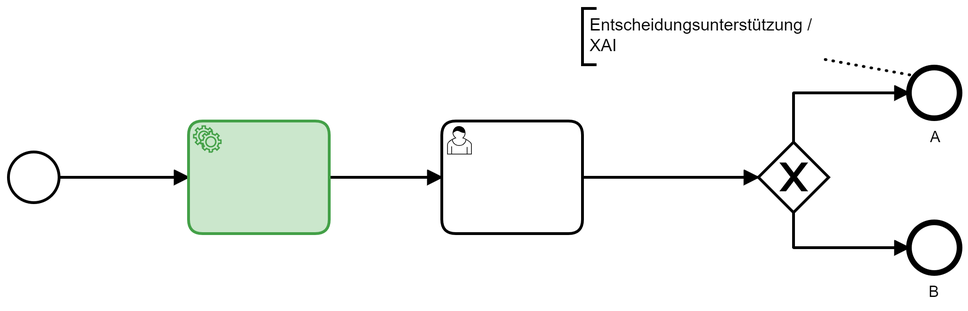
Above: models/decision support - ai first.png in viadee/bpmn.ai-patterns (BPMN), before the change. Its source is kept beside it as models/decision support - ai first.bpmn. Ids are renumbered. The source it was exported from:
```xml
<bpmn:definitions xmlns:bpmn="http://www.omg.org/spec/BPMN/20100524/MODEL" xmlns:bpmndi="http://www.omg.org/spec/BPMN/20100524/DI" xmlns:dc="http://www.omg.org/spec/DD/20100524/DC" xmlns:di="http://www.omg.org/spec/DD/20100524/DI" xmlns:bioc="http://bpmn.io/schema/bpmn/biocolor/1.0" id="Definitions_n1" targetNamespace="http://bpmn.io/schema/bpmn" exporter="Camunda Modeler" exporterVersion="4.1.1">
  <bpmn:process id="Process_n2" isExecutable="true">
    <bpmn:startEvent id="Event_n3">
      <bpmn:outgoing>Flow_n4</bpmn:outgoing>
    </bpmn:startEvent>
    <bpmn:endEvent id="Event_n5" name="A">
      <bpmn:incoming>Flow_n6</bpmn:incoming>
    </bpmn:endEvent>
    <bpmn:serviceTask id="Activity_n7">
      <bpmn:incoming>Flow_n4</bpmn:incoming>
      <bpmn:outgoing>Flow_n8</bpmn:outgoing>
    </bpmn:serviceTask>
    <bpmn:userTask id="Activity_n9">
      <bpmn:incoming>Flow_n8</bpmn:incoming>
      <bpmn:outgoing>Flow_n10</bpmn:outgoing>
    </bpmn:userTask>
    <bpmn:sequenceFlow id="Flow_n4" sourceRef="Event_n3" targetRef="Activity_n7" />
    <bpmn:sequenceFlow id="Flow_n10" sourceRef="Activity_n9" targetRef="Gateway_n11" />
    <bpmn:sequenceFlow id="Flow_n8" sourceRef="Activity_n7" targetRef="Activity_n9" />
    <bpmn:exclusiveGateway id="Gateway_n11">
      <bpmn:incoming>Flow_n10</bpmn:incoming>
      <bpmn:outgoing>Flow_n12</bpmn:outgoing>
      <bpmn:outgoing>Flow_n6</bpmn:outgoing>
    </bpmn:exclusiveGateway>
    <bpmn:endEvent id="Event_n13" name="B">
      <bpmn:incoming>Flow_n12</bpmn:incoming>
    </bpmn:endEvent>
    <bpmn:sequenceFlow id="Flow_n12" sourceRef="Gateway_n11" targetRef="Event_n13" />
    <bpmn:sequenceFlow id="Flow_n6" sourceRef="Gateway_n11" targetRef="Event_n5" />
    <bpmn:textAnnotation id="TextAnnotation_n14">
      <bpmn:text>Entscheidungsunterstützung / XAI</bpmn:text>
    </bpmn:textAnnotation>
    <bpmn:association id="Association_n15" sourceRef="Event_n5" targetRef="TextAnnotation_n14" />
  </bpmn:process>
  <bpmndi:BPMNDiagram id="BPMNDiagram_1">
    <bpmndi:BPMNPlane id="BPMNPlane_1" bpmnElement="Process_n2">
      <bpmndi:BPMNShape id="TextAnnotation_n14_di" bpmnElement="TextAnnotation_n14">
        <dc:Bounds x="600" y="80" width="171" height="40" />
      </bpmndi:BPMNShape>
      <bpmndi:BPMNEdge id="Flow_n4_di" bpmnElement="Flow_n4">
        <di:waypoint x="228" y="200" />
        <di:waypoint x="320" y="200" />
      </bpmndi:BPMNEdge>
      <bpmndi:BPMNEdge id="Flow_n10_di" bpmnElement="Flow_n10">
        <di:waypoint x="600" y="200" />
        <di:waypoint x="725" y="200" />
      </bpmndi:BPMNEdge>
      <bpmndi:BPMNEdge id="Flow_n8_di" bpmnElement="Flow_n8">
        <di:waypoint x="420" y="200" />
        <di:waypoint x="500" y="200" />
      </bpmndi:BPMNEdge>
      <bpmndi:BPMNEdge id="Flow_n12_di" bpmnElement="Flow_n12">
        <di:waypoint x="750" y="225" />
        <di:waypoint x="750" y="250" />
        <di:waypoint x="832" y="250" />
      </bpmndi:BPMNEdge>
      <bpmndi:BPMNEdge id="Flow_n6_di" bpmnElement="Flow_n6">
        <di:waypoint x="750" y="175" />
        <di:waypoint x="750" y="140" />
        <di:waypoint x="832" y="140" />
      </bpmndi:BPMNEdge>
      <bpmndi:BPMNShape id="Event_n3_di" bpmnElement="Event_n3">
        <dc:Bounds x="192" y="182" width="36" height="36" />
      </bpmndi:BPMNShape>
      <bpmndi:BPMNShape id="Activity_n7_di" bpmnElement="Activity_n7" bioc:stroke="rgb(67, 160, 71)" bioc:fill="rgb(200, 230, 201)">
        <dc:Bounds x="320" y="160" width="100" height="80" />
      </bpmndi:BPMNShape>
      <bpmndi:BPMNShape id="Activity_n9_di" bpmnElement="Activity_n9">
        <dc:Bounds x="500" y="160" width="100" height="80" />
      </bpmndi:BPMNShape>
      <bpmndi:BPMNShape id="Event_n13_di" bpmnElement="Event_n13">
        <dc:Bounds x="832" y="232" width="36" height="36" />
        <bpmndi:BPMNLabel>
          <dc:Bounds x="846" y="275" width="8" height="14" />
        </bpmndi:BPMNLabel>
      </bpmndi:BPMNShape>
      <bpmndi:BPMNShape id="Gateway_n11_di" bpmnElement="Gateway_n11" isMarkerVisible="true">
        <dc:Bounds x="725" y="175" width="50" height="50" />
      </bpmndi:BPMNShape>
      <bpmndi:BPMNShape id="Event_n5_di" bpmnElement="Event_n5">
        <dc:Bounds x="832" y="122" width="36" height="36" />
        <bpmndi:BPMNLabel>
          <dc:Bounds x="847" y="165" width="7" height="14" />
        </bpmndi:BPMNLabel>
      </bpmndi:BPMNShape>
      <bpmndi:BPMNEdge id="Association_n15_di" bpmnElement="Association_n15">
        <di:waypoint x="837" y="128" />
        <di:waypoint x="771" y="116" />
      </bpmndi:BPMNEdge>
    </bpmndi:BPMNPlane>
  </bpmndi:BPMNDiagram>
</bpmn:definitions>
```
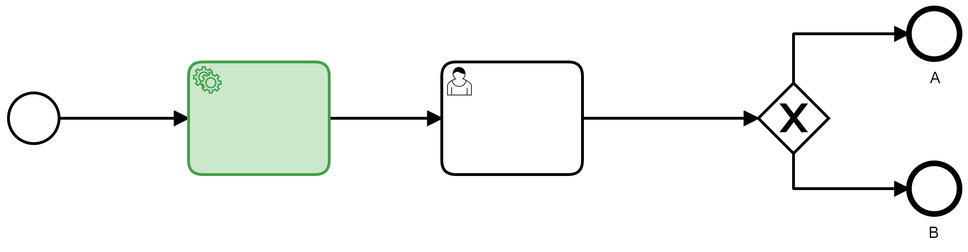
Later version of the same file.

What changed in the source:
```diff
@@ -27,40 +27,39 @@
     </bpmn:endEvent>
     <bpmn:sequenceFlow id="Flow_n12" sourceRef="Gateway_n11" targetRef="Event_n13" />
     <bpmn:sequenceFlow id="Flow_n6" sourceRef="Gateway_n11" targetRef="Event_n5" />
-    <bpmn:textAnnotation id="TextAnnotation_n14">
-      <bpmn:text>Entscheidungsunterstützung / XAI</bpmn:text>
-    </bpmn:textAnnotation>
-    <bpmn:association id="Association_n15" sourceRef="Event_n5" targetRef="TextAnnotation_n14" />
   </bpmn:process>
   <bpmndi:BPMNDiagram id="BPMNDiagram_1">
     <bpmndi:BPMNPlane id="BPMNPlane_1" bpmnElement="Process_n2">
-      <bpmndi:BPMNShape id="TextAnnotation_n14_di" bpmnElement="TextAnnotation_n14">
-        <dc:Bounds x="600" y="80" width="171" height="40" />
-      </bpmndi:BPMNShape>
-      <bpmndi:BPMNEdge id="Flow_n4_di" bpmnElement="Flow_n4">
-        <di:waypoint x="228" y="200" />
-        <di:waypoint x="320" y="200" />
-      </bpmndi:BPMNEdge>
-      <bpmndi:BPMNEdge id="Flow_n10_di" bpmnElement="Flow_n10">
-        <di:waypoint x="600" y="200" />
-        <di:waypoint x="725" y="200" />
-      </bpmndi:BPMNEdge>
-      <bpmndi:BPMNEdge id="Flow_n8_di" bpmnElement="Flow_n8">
-        <di:waypoint x="420" y="200" />
-        <di:waypoint x="500" y="200" />
+      <bpmndi:BPMNEdge id="Flow_n6_di" bpmnElement="Flow_n6">
+        <di:waypoint x="750" y="175" />
+        <di:waypoint x="750" y="140" />
+        <di:waypoint x="832" y="140" />
       </bpmndi:BPMNEdge>
       <bpmndi:BPMNEdge id="Flow_n12_di" bpmnElement="Flow_n12">
         <di:waypoint x="750" y="225" />
         <di:waypoint x="750" y="250" />
         <di:waypoint x="832" y="250" />
       </bpmndi:BPMNEdge>
-      <bpmndi:BPMNEdge id="Flow_n6_di" bpmnElement="Flow_n6">
-        <di:waypoint x="750" y="175" />
-        <di:waypoint x="750" y="140" />
-        <di:waypoint x="832" y="140" />
+      <bpmndi:BPMNEdge id="Flow_n8_di" bpmnElement="Flow_n8">
+        <di:waypoint x="420" y="200" />
+        <di:waypoint x="500" y="200" />
+      </bpmndi:BPMNEdge>
+      <bpmndi:BPMNEdge id="Flow_n10_di" bpmnElement="Flow_n10">
+        <di:waypoint x="600" y="200" />
+        <di:waypoint x="725" y="200" />
+      </bpmndi:BPMNEdge>
+      <bpmndi:BPMNEdge id="Flow_n4_di" bpmnElement="Flow_n4">
+        <di:waypoint x="228" y="200" />
+        <di:waypoint x="320" y="200" />
       </bpmndi:BPMNEdge>
       <bpmndi:BPMNShape id="Event_n3_di" bpmnElement="Event_n3">
         <dc:Bounds x="192" y="182" width="36" height="36" />
+      </bpmndi:BPMNShape>
+      <bpmndi:BPMNShape id="Event_n5_di" bpmnElement="Event_n5">
+        <dc:Bounds x="832" y="122" width="36" height="36" />
+        <bpmndi:BPMNLabel>
+          <dc:Bounds x="847" y="165" width="7" height="14" />
+        </bpmndi:BPMNLabel>
       </bpmndi:BPMNShape>
       <bpmndi:BPMNShape id="Activity_n7_di" bpmnElement="Activity_n7" bioc:stroke="rgb(67, 160, 71)" bioc:fill="rgb(200, 230, 201)">
         <dc:Bounds x="320" y="160" width="100" height="80" />
@@ -68,25 +67,15 @@
       <bpmndi:BPMNShape id="Activity_n9_di" bpmnElement="Activity_n9">
         <dc:Bounds x="500" y="160" width="100" height="80" />
       </bpmndi:BPMNShape>
+      <bpmndi:BPMNShape id="Gateway_n11_di" bpmnElement="Gateway_n11" isMarkerVisible="true">
+        <dc:Bounds x="725" y="175" width="50" height="50" />
+      </bpmndi:BPMNShape>
       <bpmndi:BPMNShape id="Event_n13_di" bpmnElement="Event_n13">
         <dc:Bounds x="832" y="232" width="36" height="36" />
         <bpmndi:BPMNLabel>
           <dc:Bounds x="846" y="275" width="8" height="14" />
         </bpmndi:BPMNLabel>
       </bpmndi:BPMNShape>
-      <bpmndi:BPMNShape id="Gateway_n11_di" bpmnElement="Gateway_n11" isMarkerVisible="true">
-        <dc:Bounds x="725" y="175" width="50" height="50" />
-      </bpmndi:BPMNShape>
-      <bpmndi:BPMNShape id="Event_n5_di" bpmnElement="Event_n5">
-        <dc:Bounds x="832" y="122" width="36" height="36" />
-        <bpmndi:BPMNLabel>
-          <dc:Bounds x="847" y="165" width="7" height="14" />
-        </bpmndi:BPMNLabel>
-      </bpmndi:BPMNShape>
-      <bpmndi:BPMNEdge id="Association_n15_di" bpmnElement="Association_n15">
-        <di:waypoint x="837" y="128" />
-        <di:waypoint x="771" y="116" />
-      </bpmndi:BPMNEdge>
     </bpmndi:BPMNPlane>
   </bpmndi:BPMNDiagram>
 </bpmn:definitions>
```
